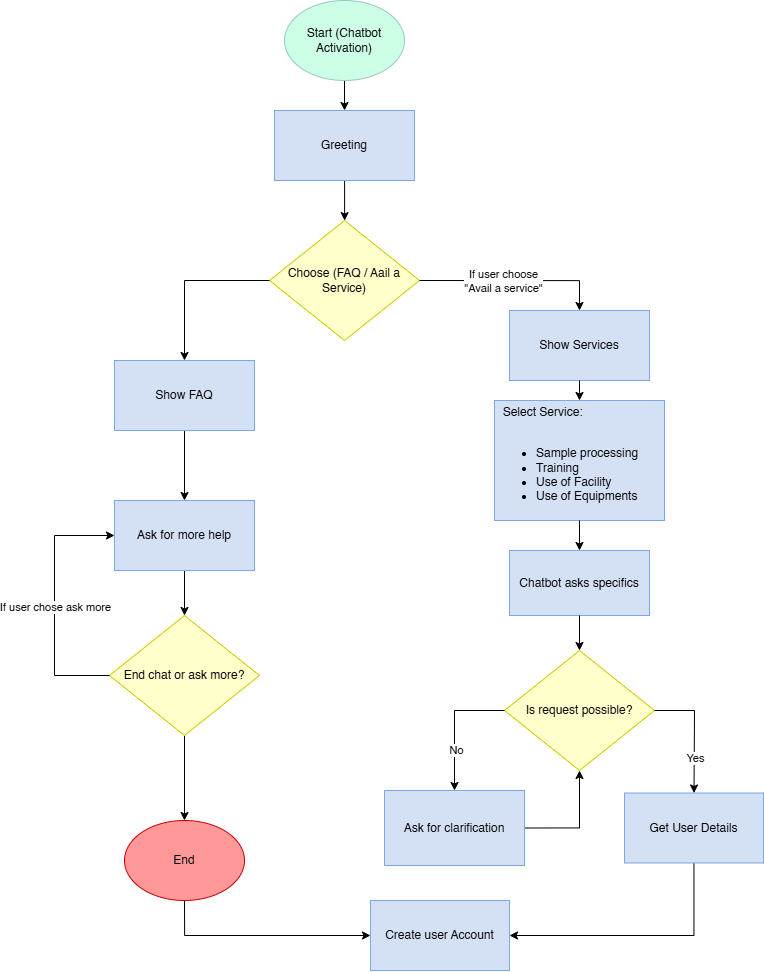
Above: TUKIB Paper/figures/chatbot_flow.png in kazeulo/TUKIB-SP (draw.io), before the change. Source tidied: cells renumbered, new cells last; positions are measured from the earlier drawing's top-left corner, leaving out a move shared by most shapes.
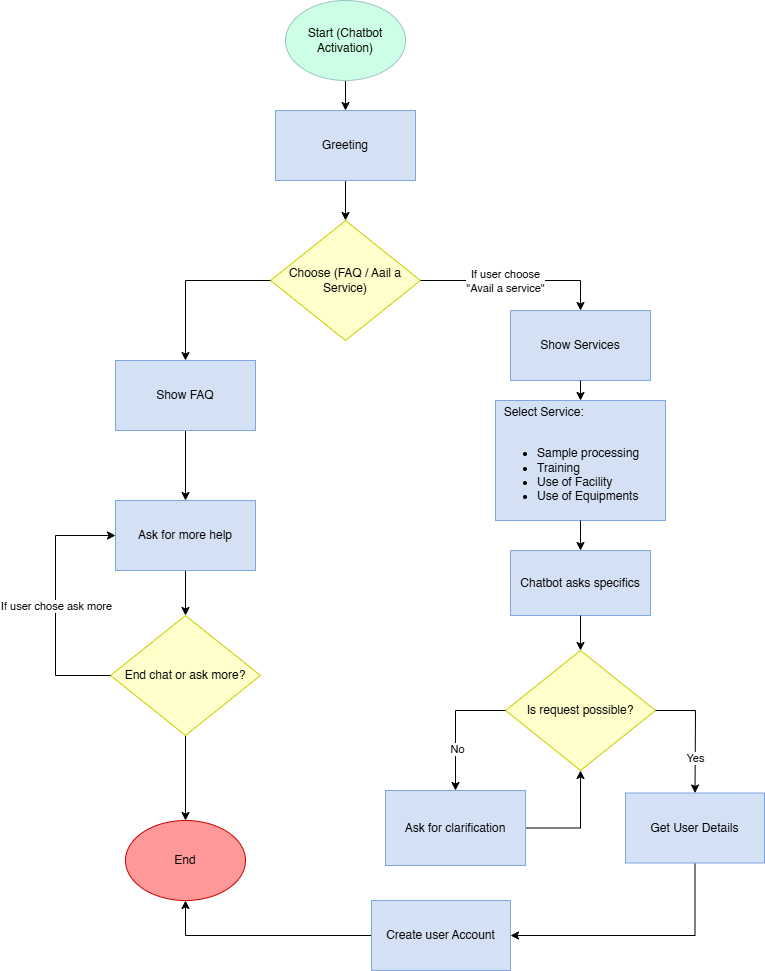
The same diagram one commit later.

What changed in the source:
```diff
@@ -129,12 +129,12 @@
     <mxCell id="32" value="Greeting" style="rounded=0;whiteSpace=wrap;html=1;fillColor=#D4E1F5;strokeColor=#7EA6E0;" parent="1" vertex="1">
       <mxGeometry x="220" y="110" width="140" height="70" as="geometry" />
     </mxCell>
-    <mxCell id="33" style="edgeStyle=orthogonalEdgeStyle;rounded=0;jettySize=auto;html=1;exitX=0.5;exitY=1;exitDx=0;exitDy=0;entryX=0;entryY=0.5;entryDx=0;entryDy=0;" parent="1" edge="1" source="34" target="35">
-      <mxGeometry relative="1" as="geometry" />
-    </mxCell>
     <mxCell id="34" value="End" style="ellipse;whiteSpace=wrap;html=1;strokeColor=#CC0000;fillColor=#FF9999;" parent="1" vertex="1">
       <mxGeometry x="70" y="820" width="120" height="80" as="geometry" />
     </mxCell>
+    <mxCell id="36" style="edgeStyle=orthogonalEdgeStyle;rounded=0;jettySize=auto;html=1;exitX=0;exitY=0.5;exitDx=0;exitDy=0;entryX=0.5;entryY=1;entryDx=0;entryDy=0;" parent="1" edge="1" source="35" target="34">
+      <mxGeometry relative="1" as="geometry" />
+    </mxCell>
     <mxCell id="35" value="Create user Account" style="rounded=0;whiteSpace=wrap;html=1;fillColor=#D4E1F5;strokeColor=#7EA6E0;" parent="1" vertex="1">
       <mxGeometry x="316" y="900" width="139" height="70" as="geometry" />
     </mxCell>
```
